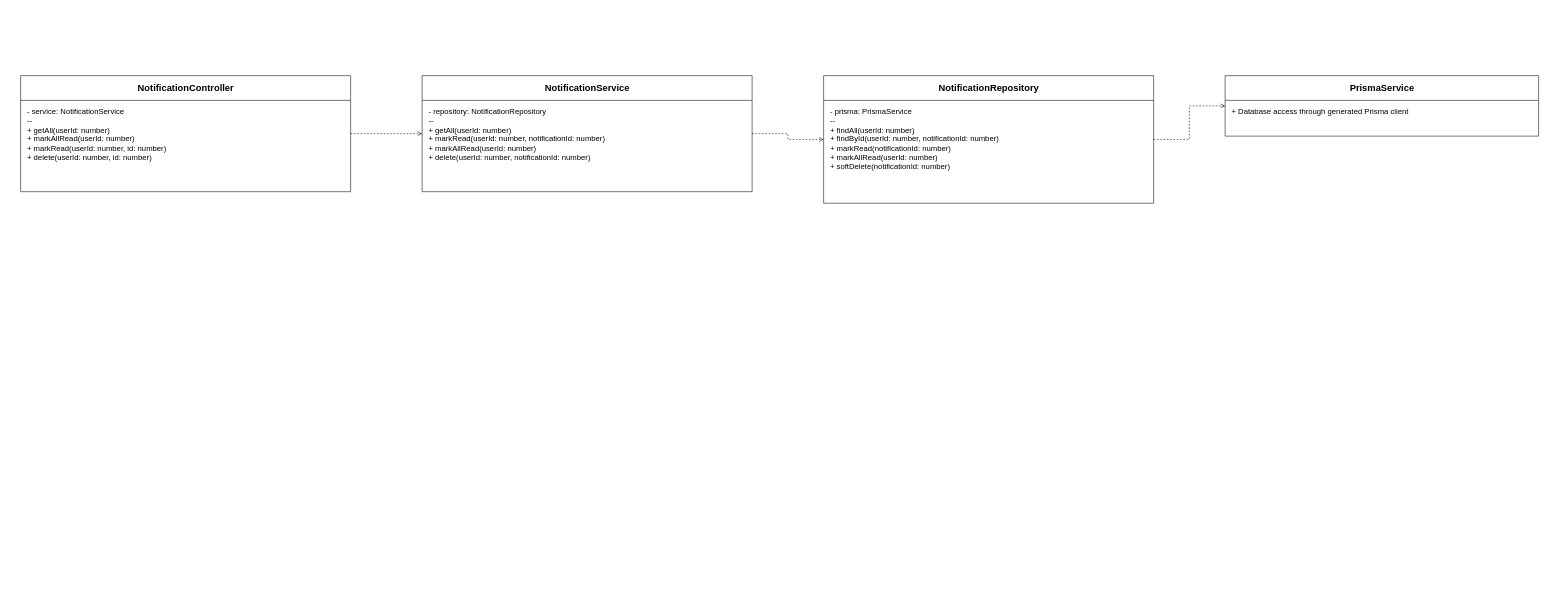
Earlier version of the draw.io diagram docs/Report 4/images/sprint3/nhuy/classDiagram/NotificationManagement.drawio (Thunggg/Frevia). Source tidied: cells renumbered, new cells numbered last; positions are measured from the earlier drawing's top-left corner, leaving out a move shared by most shapes. Both pictures are drawn from the tidied source at 55%, with x=0, y=0 at pixel (20, 75).
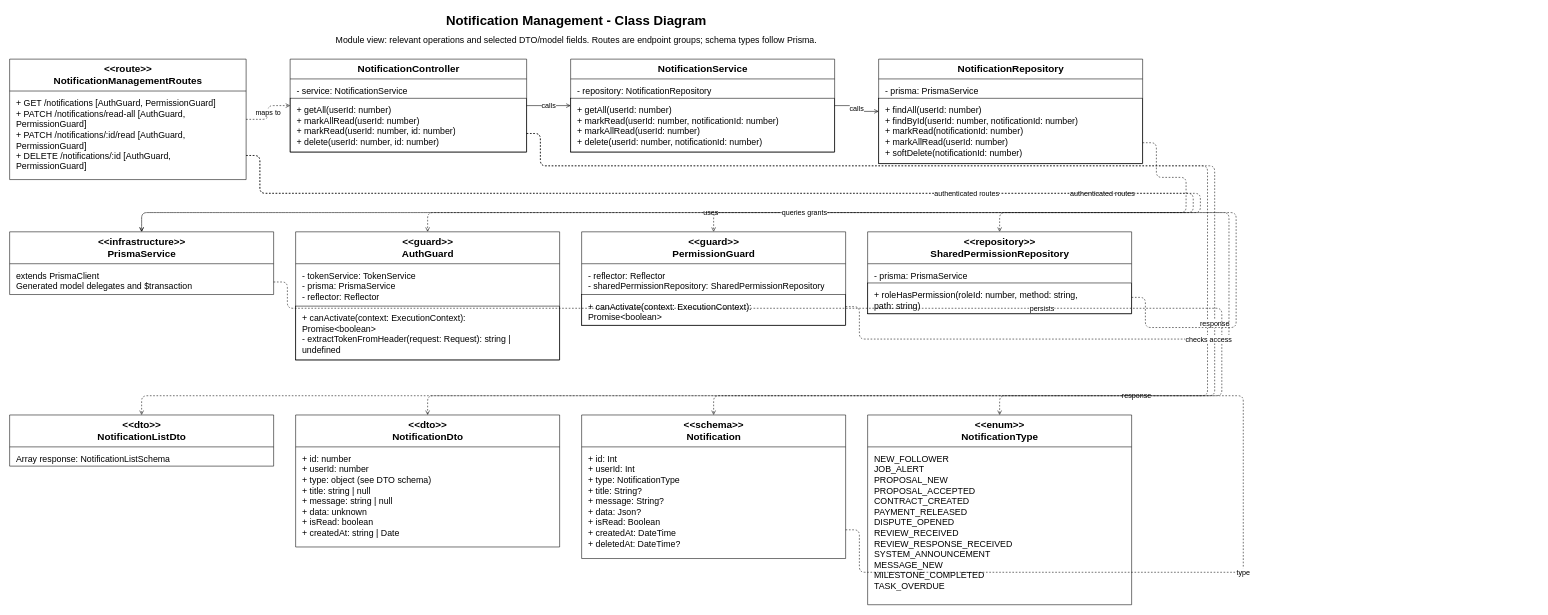
Above is the later version.

The edit, as a diff of the source:
```diff
@@
+    <mxCell id="13" value="Notification Management - Class Diagram" style="text;html=1;fontSize=24;fontStyle=1;align=center;" parent="1" vertex="1">
+      <mxGeometry x="-20" y="-120" width="2060" height="35" as="geometry" />
+    </mxCell>
+    <mxCell id="14" value="Module view: relevant operations and selected DTO/model fields. Routes are endpoint groups; schema types follow Prisma." style="text;html=1;fontSize=16;align=center;" parent="1" vertex="1">
+      <mxGeometry x="-20" y="-80" width="2060" height="30" as="geometry" />
+    </mxCell>
+    <mxCell id="15" value="maps to" style="edgeStyle=orthogonalEdgeStyle;html=1;endArrow=open;endFill=0;dashed=1;fontSize=13;labelBackgroundColor=#ffffff;exitX=1;exitY=0.5;entryX=0;entryY=0.5;" parent="1" edge="1" source="24" target="2">
+      <mxGeometry relative="1" as="geometry" />
+    </mxCell>
+    <mxCell id="4" value="calls" style="edgeStyle=orthogonalEdgeStyle;html=1;endArrow=open;endFill=0;dashed=0;fontSize=13;labelBackgroundColor=#ffffff;exitX=1;exitY=0.5;entryX=0;entryY=0.5;" parent="1" edge="1" source="2" target="5">
+      <mxGeometry relative="1" as="geometry" />
+    </mxCell>
+    <mxCell id="7" value="calls" style="edgeStyle=orthogonalEdgeStyle;html=1;endArrow=open;endFill=0;dashed=0;fontSize=13;labelBackgroundColor=#ffffff;exitX=1;exitY=0.5;entryX=0;entryY=0.5;" parent="1" edge="1" source="5" target="8">
+      <mxGeometry relative="1" as="geometry" />
+    </mxCell>
+    <mxCell id="10" value="uses" style="edgeStyle=orthogonalEdgeStyle;html=1;endArrow=open;endFill=0;dashed=1;fontSize=13;labelBackgroundColor=#ffffff;exitX=1;exitY=0.8;entryX=0.5;entryY=0;" parent="1" edge="1" source="8" target="11">
+      <mxGeometry relative="1" as="geometry">
+        <Array as="points">
+          <mxPoint x="2065" y="122" />
+          <mxPoint x="2065" y="185" />
+          <mxPoint x="2119" y="185" />
+          <mxPoint x="2119" y="249" />
+          <mxPoint x="220" y="249" />
+        </Array>
+      </mxGeometry>
+    </mxCell>
+    <mxCell id="16" value="authenticated routes" style="edgeStyle=orthogonalEdgeStyle;html=1;endArrow=open;endFill=0;dashed=1;fontSize=13;labelBackgroundColor=#ffffff;exitX=1;exitY=0.8;entryX=0.5;entryY=0;" parent="1" edge="1" source="24" target="33">
+      <mxGeometry relative="1" as="geometry">
+        <Array as="points">
+          <mxPoint x="435" y="145.2" />
+          <mxPoint x="435" y="214" />
+          <mxPoint x="2132" y="214" />
+          <mxPoint x="2132" y="249" />
+          <mxPoint x="740" y="249" />
+        </Array>
+      </mxGeometry>
+    </mxCell>
+    <mxCell id="17" value="authenticated routes" style="edgeStyle=orthogonalEdgeStyle;html=1;endArrow=open;endFill=0;dashed=1;fontSize=13;labelBackgroundColor=#ffffff;exitX=1;exitY=0.8;entryX=0.5;entryY=0;" parent="1" edge="1" source="24" target="36">
+      <mxGeometry relative="1" as="geometry">
+        <Array as="points">
+          <mxPoint x="435" y="145.2" />
+          <mxPoint x="435" y="214" />
+          <mxPoint x="2145" y="214" />
+          <mxPoint x="2145" y="249" />
+          <mxPoint x="1260" y="249" />
+        </Array>
+      </mxGeometry>
+    </mxCell>
+    <mxCell id="18" value="response" style="edgeStyle=orthogonalEdgeStyle;html=1;endArrow=open;endFill=0;dashed=1;fontSize=13;labelBackgroundColor=#ffffff;exitX=1;exitY=0.8;entryX=0.5;entryY=0;" parent="1" edge="1" source="2" target="42">
+      <mxGeometry relative="1" as="geometry">
+        <Array as="points">
+          <mxPoint x="945" y="105.2" />
+          <mxPoint x="945" y="164" />
+          <mxPoint x="2158" y="164" />
+          <mxPoint x="2158" y="582" />
+          <mxPoint x="220" y="582" />
+        </Array>
+      </mxGeometry>
+    </mxCell>
+    <mxCell id="19" value="response" style="edgeStyle=orthogonalEdgeStyle;html=1;endArrow=open;endFill=0;dashed=1;fontSize=13;labelBackgroundColor=#ffffff;exitX=1;exitY=0.8;entryX=0.5;entryY=0;" parent="1" edge="1" source="2" target="44">
+      <mxGeometry relative="1" as="geometry">
+        <Array as="points">
+          <mxPoint x="945" y="105.2" />
+          <mxPoint x="945" y="164" />
+          <mxPoint x="2171" y="164" />
+          <mxPoint x="2171" y="582" />
+          <mxPoint x="740" y="582" />
+        </Array>
+      </mxGeometry>
+    </mxCell>
+    <mxCell id="20" value="persists" style="edgeStyle=orthogonalEdgeStyle;html=1;endArrow=open;endFill=0;dashed=1;fontSize=13;labelBackgroundColor=#ffffff;exitX=1;exitY=0.8;entryX=0.5;entryY=0;" parent="1" edge="1" source="11" target="46">
+      <mxGeometry relative="1" as="geometry">
+        <Array as="points">
+          <mxPoint x="485" y="375.2" />
+          <mxPoint x="485" y="423" />
+          <mxPoint x="2184" y="423" />
+          <mxPoint x="2184" y="582" />
+          <mxPoint x="1260" y="582" />
+        </Array>
+      </mxGeometry>
+    </mxCell>
+    <mxCell id="21" value="checks access" style="edgeStyle=orthogonalEdgeStyle;html=1;endArrow=open;endFill=0;dashed=1;fontSize=13;labelBackgroundColor=#ffffff;exitX=1;exitY=0.8;entryX=0.5;entryY=0;" parent="1" edge="1" source="36" target="39">
+      <mxGeometry relative="1" as="geometry">
+        <Array as="points">
+          <mxPoint x="1525" y="420" />
+          <mxPoint x="1525" y="479" />
+          <mxPoint x="2197" y="479" />
+          <mxPoint x="2197" y="249" />
+          <mxPoint x="1780" y="249" />
+        </Array>
+      </mxGeometry>
+    </mxCell>
+    <mxCell id="22" value="queries grants" style="edgeStyle=orthogonalEdgeStyle;html=1;endArrow=open;endFill=0;dashed=1;fontSize=13;labelBackgroundColor=#ffffff;exitX=1;exitY=0.8;entryX=0.5;entryY=0;" parent="1" edge="1" source="39" target="11">
+      <mxGeometry relative="1" as="geometry">
+        <Array as="points">
+          <mxPoint x="2045" y="403.2" />
+          <mxPoint x="2045" y="458" />
+          <mxPoint x="2210" y="458" />
+          <mxPoint x="2210" y="249" />
+          <mxPoint x="220" y="249" />
+        </Array>
+      </mxGeometry>
+    </mxCell>
+    <mxCell id="23" value="type" style="edgeStyle=orthogonalEdgeStyle;html=1;endArrow=open;endFill=0;dashed=1;fontSize=13;labelBackgroundColor=#ffffff;exitX=1;exitY=0.8;entryX=0.5;entryY=0;" parent="1" edge="1" source="46" target="48">
+      <mxGeometry relative="1" as="geometry">
+        <Array as="points">
+          <mxPoint x="1525" y="825.8" />
+          <mxPoint x="1525" y="903" />
+          <mxPoint x="2223" y="903" />
+          <mxPoint x="2223" y="582" />
+          <mxPoint x="1780" y="582" />
+        </Array>
+      </mxGeometry>
+    </mxCell>
+    <mxCell id="24" value="&amp;lt;&amp;lt;route&amp;gt;&amp;gt;&lt;br&gt;&lt;b&gt;NotificationManagementRoutes&lt;/b&gt;" style="swimlane;html=1;startSize=58;fontSize=18;align=center;verticalAlign=middle;fillColor=#ffffff;strokeColor=#000000;" parent="1" vertex="1">
+      <mxGeometry x="-20" y="-30" width="430" height="219" as="geometry" />
+    </mxCell>
+    <mxCell id="25" value="+ GET /notifications [AuthGuard, PermissionGuard]&lt;br&gt;+ PATCH /notifications/read-all [AuthGuard,&lt;br&gt;PermissionGuard]&lt;br&gt;+ PATCH /notifications/:id/read [AuthGuard,&lt;br&gt;PermissionGuard]&lt;br&gt;+ DELETE /notifications/:id [AuthGuard,&lt;br&gt;PermissionGuard]" style="text;html=1;align=left;verticalAlign=top;fontSize=16;spacingLeft=10;spacingTop=6;overflow=hidden;whiteSpace=wrap;" parent="24" vertex="1">
+      <mxGeometry y="58" width="430" height="161" as="geometry" />
+    </mxCell>
-    <mxCell id="2" value="NotificationController" style="swimlane;html=1;fontStyle=1;fontSize=17;startSize=45;align=center;fillColor=#ffffff;strokeColor=#000000;" parent="1" vertex="1">
-      <mxGeometry width="600" height="211" as="geometry" />
+    <mxCell id="2" value="&lt;b&gt;NotificationController&lt;/b&gt;" style="swimlane;html=1;startSize=36;fontSize=18;align=center;verticalAlign=middle;fillColor=#ffffff;strokeColor=#000000;" parent="1" vertex="1">
+      <mxGeometry x="490" y="-30" width="430" height="169" as="geometry" />
     </mxCell>
-    <mxCell id="3" value="&lt;div&gt;- service: NotificationService&lt;/div&gt;&lt;div&gt;--&lt;/div&gt;&lt;div&gt;+ getAll(userId: number)&lt;/div&gt;&lt;div&gt;+ markAllRead(userId: number)&lt;/div&gt;&lt;div&gt;+ markRead(userId: number, id: number)&lt;/div&gt;&lt;div&gt;+ delete(userId: number, id: number)&lt;/div&gt;" style="text;html=1;whiteSpace=wrap;align=left;verticalAlign=top;fontSize=14;spacingLeft=10;spacingTop=5;overflow=visible;" parent="2" vertex="1">
-      <mxGeometry y="45" width="600" height="166" as="geometry" />
-    </mxCell>
-    <mxCell id="4" style="edgeStyle=orthogonalEdgeStyle;html=1;endArrow=open;dashed=1;rounded=0;exitX=1;exitY=0.5;entryX=0;entryY=0.5;" parent="1" edge="1" source="2" target="5">
-      <mxGeometry relative="1" as="geometry" />
-    </mxCell>
+    <mxCell id="26" value="- service: NotificationService" style="text;html=1;align=left;verticalAlign=top;fontSize=16;spacingLeft=10;spacingTop=6;overflow=hidden;whiteSpace=wrap;" parent="2" vertex="1">
+      <mxGeometry y="36" width="430" height="35" as="geometry" />
+    </mxCell>
+    <mxCell id="27" value="+ getAll(userId: number)&lt;br&gt;+ markAllRead(userId: number)&lt;br&gt;+ markRead(userId: number, id: number)&lt;br&gt;+ delete(userId: number, id: number)" style="text;html=1;align=left;verticalAlign=top;fontSize=16;spacingLeft=10;spacingTop=6;overflow=hidden;whiteSpace=wrap;strokeColor=#000000;fillColor=none;" parent="2" vertex="1">
+      <mxGeometry y="71" width="430" height="98" as="geometry" />
+    </mxCell>
-    <mxCell id="5" value="NotificationService" style="swimlane;html=1;fontStyle=1;fontSize=17;startSize=45;align=center;fillColor=#ffffff;strokeColor=#000000;" parent="1" vertex="1">
-      <mxGeometry x="730" width="600" height="211" as="geometry" />
+    <mxCell id="5" value="&lt;b&gt;NotificationService&lt;/b&gt;" style="swimlane;html=1;startSize=36;fontSize=18;align=center;verticalAlign=middle;fillColor=#ffffff;strokeColor=#000000;" parent="1" vertex="1">
+      <mxGeometry x="1000" y="-30" width="480" height="169" as="geometry" />
     </mxCell>
-    <mxCell id="6" value="&lt;div&gt;- repository: NotificationRepository&lt;/div&gt;&lt;div&gt;--&lt;/div&gt;&lt;div&gt;+ getAll(userId: number)&lt;/div&gt;&lt;div&gt;+ markRead(userId: number, notificationId: number)&lt;/div&gt;&lt;div&gt;+ markAllRead(userId: number)&lt;/div&gt;&lt;div&gt;+ delete(userId: number, notificationId: number)&lt;/div&gt;" style="text;html=1;whiteSpace=wrap;align=left;verticalAlign=top;fontSize=14;spacingLeft=10;spacingTop=5;overflow=visible;" parent="5" vertex="1">
-      <mxGeometry y="45" width="600" height="166" as="geometry" />
-    </mxCell>
-    <mxCell id="7" style="edgeStyle=orthogonalEdgeStyle;html=1;endArrow=open;dashed=1;rounded=0;exitX=1;exitY=0.5;entryX=0;entryY=0.5;" parent="1" edge="1" source="5" target="8">
-      <mxGeometry relative="1" as="geometry" />
-    </mxCell>
+    <mxCell id="28" value="- repository: NotificationRepository" style="text;html=1;align=left;verticalAlign=top;fontSize=16;spacingLeft=10;spacingTop=6;overflow=hidden;whiteSpace=wrap;" parent="5" vertex="1">
+      <mxGeometry y="36" width="480" height="35" as="geometry" />
+    </mxCell>
+    <mxCell id="29" value="+ getAll(userId: number)&lt;br&gt;+ markRead(userId: number, notificationId: number)&lt;br&gt;+ markAllRead(userId: number)&lt;br&gt;+ delete(userId: number, notificationId: number)" style="text;html=1;align=left;verticalAlign=top;fontSize=16;spacingLeft=10;spacingTop=6;overflow=hidden;whiteSpace=wrap;strokeColor=#000000;fillColor=none;" parent="5" vertex="1">
+      <mxGeometry y="71" width="480" height="98" as="geometry" />
+    </mxCell>
-    <mxCell id="8" value="NotificationRepository" style="swimlane;html=1;fontStyle=1;fontSize=17;startSize=45;align=center;fillColor=#ffffff;strokeColor=#000000;" parent="1" vertex="1">
-      <mxGeometry x="1460" width="600" height="232" as="geometry" />
+    <mxCell id="8" value="&lt;b&gt;NotificationRepository&lt;/b&gt;" style="swimlane;html=1;startSize=36;fontSize=18;align=center;verticalAlign=middle;fillColor=#ffffff;strokeColor=#000000;" parent="1" vertex="1">
+      <mxGeometry x="1560" y="-30" width="480" height="190" as="geometry" />
     </mxCell>
-    <mxCell id="9" value="&lt;div&gt;- prisma: PrismaService&lt;/div&gt;&lt;div&gt;--&lt;/div&gt;&lt;div&gt;+ findAll(userId: number)&lt;/div&gt;&lt;div&gt;+ findById(userId: number, notificationId: number)&lt;/div&gt;&lt;div&gt;+ markRead(notificationId: number)&lt;/div&gt;&lt;div&gt;+ markAllRead(userId: number)&lt;/div&gt;&lt;div&gt;+ softDelete(notificationId: number)&lt;/div&gt;" style="text;html=1;whiteSpace=wrap;align=left;verticalAlign=top;fontSize=14;spacingLeft=10;spacingTop=5;overflow=visible;" parent="8" vertex="1">
-      <mxGeometry y="45" width="600" height="187" as="geometry" />
-    </mxCell>
-    <mxCell id="10" style="edgeStyle=orthogonalEdgeStyle;html=1;endArrow=open;dashed=1;rounded=0;exitX=1;exitY=0.5;entryX=0;entryY=0.5;" parent="1" edge="1" source="8" target="11">
-      <mxGeometry relative="1" as="geometry" />
-    </mxCell>
+    <mxCell id="30" value="- prisma: PrismaService" style="text;html=1;align=left;verticalAlign=top;fontSize=16;spacingLeft=10;spacingTop=6;overflow=hidden;whiteSpace=wrap;" parent="8" vertex="1">
+      <mxGeometry y="36" width="480" height="35" as="geometry" />
+    </mxCell>
+    <mxCell id="31" value="+ findAll(userId: number)&lt;br&gt;+ findById(userId: number, notificationId: number)&lt;br&gt;+ markRead(notificationId: number)&lt;br&gt;+ markAllRead(userId: number)&lt;br&gt;+ softDelete(notificationId: number)" style="text;html=1;align=left;verticalAlign=top;fontSize=16;spacingLeft=10;spacingTop=6;overflow=hidden;whiteSpace=wrap;strokeColor=#000000;fillColor=none;" parent="8" vertex="1">
+      <mxGeometry y="71" width="480" height="119" as="geometry" />
+    </mxCell>
-    <mxCell id="11" value="PrismaService" style="swimlane;html=1;fontStyle=1;fontSize=17;startSize=45;align=center;fillColor=#ffffff;strokeColor=#000000;" parent="1" vertex="1">
-      <mxGeometry x="2190" width="570" height="110" as="geometry" />
+    <mxCell id="11" value="&amp;lt;&amp;lt;infrastructure&amp;gt;&amp;gt;&lt;br&gt;&lt;b&gt;PrismaService&lt;/b&gt;" style="swimlane;html=1;startSize=58;fontSize=18;align=center;verticalAlign=middle;fillColor=#ffffff;strokeColor=#000000;" parent="1" vertex="1">
+      <mxGeometry x="-20" y="284" width="480" height="114" as="geometry" />
     </mxCell>
-    <mxCell id="12" value="&lt;div&gt;+ Database access through generated Prisma client&lt;/div&gt;" style="text;html=1;whiteSpace=wrap;align=left;verticalAlign=top;fontSize=14;spacingLeft=10;spacingTop=5;overflow=visible;" parent="11" vertex="1">
-      <mxGeometry y="45" width="570" height="65" as="geometry" />
-    </mxCell>
+    <mxCell id="32" value="extends PrismaClient&lt;br&gt;Generated model delegates and $transaction" style="text;html=1;align=left;verticalAlign=top;fontSize=16;spacingLeft=10;spacingTop=6;overflow=hidden;whiteSpace=wrap;" parent="11" vertex="1">
+      <mxGeometry y="58" width="480" height="56" as="geometry" />
+    </mxCell>
+    <mxCell id="33" value="&amp;lt;&amp;lt;guard&amp;gt;&amp;gt;&lt;br&gt;&lt;b&gt;AuthGuard&lt;/b&gt;" style="swimlane;html=1;startSize=58;fontSize=18;align=center;verticalAlign=middle;fillColor=#ffffff;strokeColor=#000000;" parent="1" vertex="1">
+      <mxGeometry x="500" y="284" width="480" height="233" as="geometry" />
+    </mxCell>
+    <mxCell id="34" value="- tokenService: TokenService&lt;br&gt;- prisma: PrismaService&lt;br&gt;- reflector: Reflector" style="text;html=1;align=left;verticalAlign=top;fontSize=16;spacingLeft=10;spacingTop=6;overflow=hidden;whiteSpace=wrap;" parent="33" vertex="1">
+      <mxGeometry y="58" width="480" height="77" as="geometry" />
+    </mxCell>
+    <mxCell id="35" value="+ canActivate(context: ExecutionContext):&lt;br&gt;Promise&amp;lt;boolean&amp;gt;&lt;br&gt;- extractTokenFromHeader(request: Request): string |&lt;br&gt;undefined" style="text;html=1;align=left;verticalAlign=top;fontSize=16;spacingLeft=10;spacingTop=6;overflow=hidden;whiteSpace=wrap;strokeColor=#000000;fillColor=none;" parent="33" vertex="1">
+      <mxGeometry y="135" width="480" height="98" as="geometry" />
+    </mxCell>
+    <mxCell id="36" value="&amp;lt;&amp;lt;guard&amp;gt;&amp;gt;&lt;br&gt;&lt;b&gt;PermissionGuard&lt;/b&gt;" style="swimlane;html=1;startSize=58;fontSize=18;align=center;verticalAlign=middle;fillColor=#ffffff;strokeColor=#000000;" parent="1" vertex="1">
+      <mxGeometry x="1020" y="284" width="480" height="170" as="geometry" />
+    </mxCell>
+    <mxCell id="37" value="- reflector: Reflector&lt;br&gt;- sharedPermissionRepository: SharedPermissionRepository" style="text;html=1;align=left;verticalAlign=top;fontSize=16;spacingLeft=10;spacingTop=6;overflow=hidden;whiteSpace=wrap;" parent="36" vertex="1">
+      <mxGeometry y="58" width="480" height="56" as="geometry" />
+    </mxCell>
+    <mxCell id="38" value="+ canActivate(context: ExecutionContext):&lt;br&gt;Promise&amp;lt;boolean&amp;gt;" style="text;html=1;align=left;verticalAlign=top;fontSize=16;spacingLeft=10;spacingTop=6;overflow=hidden;whiteSpace=wrap;strokeColor=#000000;fillColor=none;" parent="36" vertex="1">
+      <mxGeometry y="114" width="480" height="56" as="geometry" />
+    </mxCell>
+    <mxCell id="39" value="&amp;lt;&amp;lt;repository&amp;gt;&amp;gt;&lt;br&gt;&lt;b&gt;SharedPermissionRepository&lt;/b&gt;" style="swimlane;html=1;startSize=58;fontSize=18;align=center;verticalAlign=middle;fillColor=#ffffff;strokeColor=#000000;" parent="1" vertex="1">
+      <mxGeometry x="1540" y="284" width="480" height="149" as="geometry" />
+    </mxCell>
+    <mxCell id="40" value="- prisma: PrismaService" style="text;html=1;align=left;verticalAlign=top;fontSize=16;spacingLeft=10;spacingTop=6;overflow=hidden;whiteSpace=wrap;" parent="39" vertex="1">
+      <mxGeometry y="58" width="480" height="35" as="geometry" />
+    </mxCell>
+    <mxCell id="41" value="+ roleHasPermission(roleId: number, method: string,&lt;br&gt;path: string)" style="text;html=1;align=left;verticalAlign=top;fontSize=16;spacingLeft=10;spacingTop=6;overflow=hidden;whiteSpace=wrap;strokeColor=#000000;fillColor=none;" parent="39" vertex="1">
+      <mxGeometry y="93" width="480" height="56" as="geometry" />
+    </mxCell>
+    <mxCell id="42" value="&amp;lt;&amp;lt;dto&amp;gt;&amp;gt;&lt;br&gt;&lt;b&gt;NotificationListDto&lt;/b&gt;" style="swimlane;html=1;startSize=58;fontSize=18;align=center;verticalAlign=middle;fillColor=#ffffff;strokeColor=#000000;" parent="1" vertex="1">
+      <mxGeometry x="-20" y="617" width="480" height="93" as="geometry" />
+    </mxCell>
+    <mxCell id="43" value="Array response: NotificationListSchema" style="text;html=1;align=left;verticalAlign=top;fontSize=16;spacingLeft=10;spacingTop=6;overflow=hidden;whiteSpace=wrap;" parent="42" vertex="1">
+      <mxGeometry y="58" width="480" height="35" as="geometry" />
+    </mxCell>
+    <mxCell id="44" value="&amp;lt;&amp;lt;dto&amp;gt;&amp;gt;&lt;br&gt;&lt;b&gt;NotificationDto&lt;/b&gt;" style="swimlane;html=1;startSize=58;fontSize=18;align=center;verticalAlign=middle;fillColor=#ffffff;strokeColor=#000000;" parent="1" vertex="1">
+      <mxGeometry x="500" y="617" width="480" height="240" as="geometry" />
+    </mxCell>
+    <mxCell id="45" value="+ id: number&lt;br&gt;+ userId: number&lt;br&gt;+ type: object (see DTO schema)&lt;br&gt;+ title: string | null&lt;br&gt;+ message: string | null&lt;br&gt;+ data: unknown&lt;br&gt;+ isRead: boolean&lt;br&gt;+ createdAt: string | Date" style="text;html=1;align=left;verticalAlign=top;fontSize=16;spacingLeft=10;spacingTop=6;overflow=hidden;whiteSpace=wrap;" parent="44" vertex="1">
+      <mxGeometry y="58" width="480" height="182" as="geometry" />
+    </mxCell>
+    <mxCell id="46" value="&amp;lt;&amp;lt;schema&amp;gt;&amp;gt;&lt;br&gt;&lt;b&gt;Notification&lt;/b&gt;" style="swimlane;html=1;startSize=58;fontSize=18;align=center;verticalAlign=middle;fillColor=#ffffff;strokeColor=#000000;" parent="1" vertex="1">
+      <mxGeometry x="1020" y="617" width="480" height="261" as="geometry" />
+    </mxCell>
+    <mxCell id="47" value="+ id: Int&lt;br&gt;+ userId: Int&lt;br&gt;+ type: NotificationType&lt;br&gt;+ title: String?&lt;br&gt;+ message: String?&lt;br&gt;+ data: Json?&lt;br&gt;+ isRead: Boolean&lt;br&gt;+ createdAt: DateTime&lt;br&gt;+ deletedAt: DateTime?" style="text;html=1;align=left;verticalAlign=top;fontSize=16;spacingLeft=10;spacingTop=6;overflow=hidden;whiteSpace=wrap;" parent="46" vertex="1">
+      <mxGeometry y="58" width="480" height="203" as="geometry" />
+    </mxCell>
+    <mxCell id="48" value="&amp;lt;&amp;lt;enum&amp;gt;&amp;gt;&lt;br&gt;&lt;b&gt;NotificationType&lt;/b&gt;" style="swimlane;html=1;startSize=58;fontSize=18;align=center;verticalAlign=middle;fillColor=#ffffff;strokeColor=#000000;" parent="1" vertex="1">
+      <mxGeometry x="1540" y="617" width="480" height="345" as="geometry" />
+    </mxCell>
+    <mxCell id="49" value="NEW_FOLLOWER&lt;br&gt;JOB_ALERT&lt;br&gt;PROPOSAL_NEW&lt;br&gt;PROPOSAL_ACCEPTED&lt;br&gt;CONTRACT_CREATED&lt;br&gt;PAYMENT_RELEASED&lt;br&gt;DISPUTE_OPENED&lt;br&gt;REVIEW_RECEIVED&lt;br&gt;REVIEW_RESPONSE_RECEIVED&lt;br&gt;SYSTEM_ANNOUNCEMENT&lt;br&gt;MESSAGE_NEW&lt;br&gt;MILESTONE_COMPLETED&lt;br&gt;TASK_OVERDUE" style="text;html=1;align=left;verticalAlign=top;fontSize=16;spacingLeft=10;spacingTop=6;overflow=hidden;whiteSpace=wrap;" parent="48" vertex="1">
+      <mxGeometry y="58" width="480" height="287" as="geometry" />
+    </mxCell>
```
